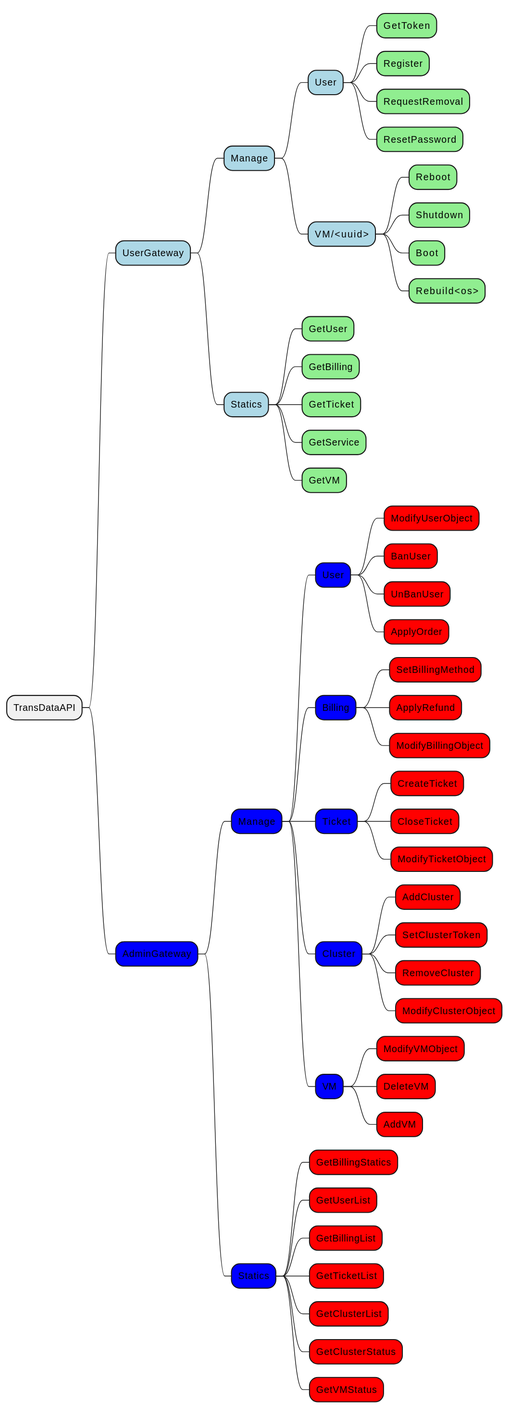
Earlier version of the PlantUML export documents/api.svg (CaliNetwork/TransData). The source it was exported from:
```plantuml
@startmindmap
* TransDataAPI
    *[#lightblue] UserGateway
        *[#lightblue] Manage
            *[#lightblue] User
                *[#lightgreen] GetToken
                *[#lightgreen] Register
                *[#lightgreen] RequestRemoval
                *[#lightgreen] ResetPassword
            *[#lightblue] VM/<uuid>
                *[#lightgreen] Reboot
                *[#lightgreen] Shutdown
                *[#lightgreen] Boot
                *[#lightgreen] Rebuild<os>
        *[#lightblue] Statics
            *[#lightgreen] GetUser
            *[#lightgreen] GetBilling
            *[#lightgreen] GetTicket
            *[#lightgreen] GetService
            *[#lightgreen] GetVM

    *[#blue] AdminGateway
        *[#blue] Manage
            *[#blue] User
                *[#red] ModifyUserObject
                *[#red] BanUser
                *[#red] UnBanUser
                *[#red] ApplyOrder
            *[#blue] Billing
                *[#red] SetBillingMethod
                *[#red] ApplyRefund
                *[#red] ModifyBillingObject
            *[#blue] Ticket
                *[#red] CreateTicket
                *[#red] CloseTicket
                *[#red] ModifyTicketObject
            *[#blue] Cluster
                *[#red] AddCluster
                *[#red] SetClusterToken
                *[#red] RemoveCluster
                *[#red] ModifyClusterObject
            *[#blue] VM
                *[#red] ModifyVMObject
                *[#red] DeleteVM
                *[#red] AddVM
        *[#blue] Statics
            *[#red] GetBillingStatics
            *[#red] GetUserList
            *[#red] GetBillingList
            *[#red] GetTicketList
            *[#red] GetClusterList
            *[#red] GetClusterStatus
            *[#red] GetVMStatus
@endmindmap
```
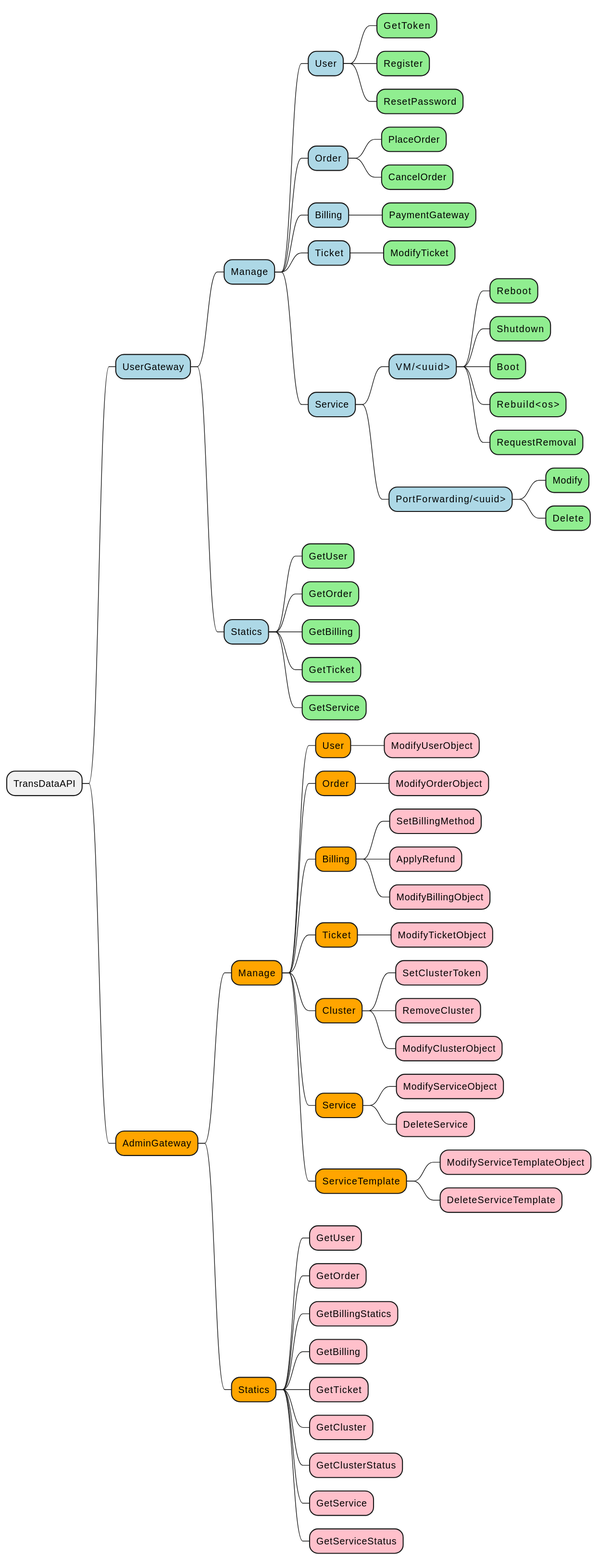
After the commit.

The edit, as a diff of the source:
```diff
@@ -5,50 +5,61 @@
             *[#lightblue] User
                 *[#lightgreen] GetToken
                 *[#lightgreen] Register
-                *[#lightgreen] RequestRemoval
                 *[#lightgreen] ResetPassword
-            *[#lightblue] VM/<uuid>
-                *[#lightgreen] Reboot
-                *[#lightgreen] Shutdown
-                *[#lightgreen] Boot
-                *[#lightgreen] Rebuild<os>
+            *[#lightblue] Order
+                *[#lightgreen] PlaceOrder
+                *[#lightgreen] CancelOrder
+            *[#lightblue] Billing
+                *[#lightgreen] PaymentGateway
+            *[#lightblue] Ticket
+                *[#lightgreen] ModifyTicket
+            *[#lightblue] Service
+                *[#lightblue] VM/<uuid>
+                    *[#lightgreen] Reboot
+                    *[#lightgreen] Shutdown
+                    *[#lightgreen] Boot
+                    *[#lightgreen] Rebuild<os>
+                    *[#lightgreen] RequestRemoval
+                *[#lightblue] PortForwarding/<uuid>
+                    *[#lightgreen] Modify
+                    *[#lightgreen] Delete
         *[#lightblue] Statics
             *[#lightgreen] GetUser
+            *[#lightgreen] GetOrder
             *[#lightgreen] GetBilling
             *[#lightgreen] GetTicket
             *[#lightgreen] GetService
-            *[#lightgreen] GetVM
 
-    *[#blue] AdminGateway
-        *[#blue] Manage
-            *[#blue] User
-                *[#red] ModifyUserObject
-                *[#red] BanUser
-                *[#red] UnBanUser
-                *[#red] ApplyOrder
-            *[#blue] Billing
-                *[#red] SetBillingMethod
-                *[#red] ApplyRefund
-                *[#red] ModifyBillingObject
-            *[#blue] Ticket
-                *[#red] CreateTicket
-                *[#red] CloseTicket
-                *[#red] ModifyTicketObject
-            *[#blue] Cluster
-                *[#red] AddCluster
-                *[#red] SetClusterToken
-                *[#red] RemoveCluster
-                *[#red] ModifyClusterObject
-            *[#blue] VM
-                *[#red] ModifyVMObject
-                *[#red] DeleteVM
-                *[#red] AddVM
-        *[#blue] Statics
-            *[#red] GetBillingStatics
-            *[#red] GetUserList
-            *[#red] GetBillingList
-            *[#red] GetTicketList
-            *[#red] GetClusterList
-            *[#red] GetClusterStatus
-            *[#red] GetVMStatus
+    *[#orange] AdminGateway
+        *[#orange] Manage
+            *[#orange] User
+                *[#pink] ModifyUserObject
+            *[#orange] Order
+                *[#pink] ModifyOrderObject
+            *[#orange] Billing
+                *[#pink] SetBillingMethod
+                *[#pink] ApplyRefund
+                *[#pink] ModifyBillingObject
+            *[#orange] Ticket
+                *[#pink] ModifyTicketObject
+            *[#orange] Cluster
+                *[#pink] SetClusterToken
+                *[#pink] RemoveCluster
+                *[#pink] ModifyClusterObject
+            *[#orange] Service
+                *[#pink] ModifyServiceObject
+                *[#pink] DeleteService
+            *[#orange] ServiceTemplate
+                *[#pink] ModifyServiceTemplateObject
+                *[#pink] DeleteServiceTemplate
+        *[#orange] Statics
+            *[#pink] GetUser
+            *[#pink] GetOrder
+            *[#pink] GetBillingStatics
+            *[#pink] GetBilling
+            *[#pink] GetTicket
+            *[#pink] GetCluster
+            *[#pink] GetClusterStatus
+            *[#pink] GetService
+            *[#pink] GetServiceStatus
 @endmindmap
```
